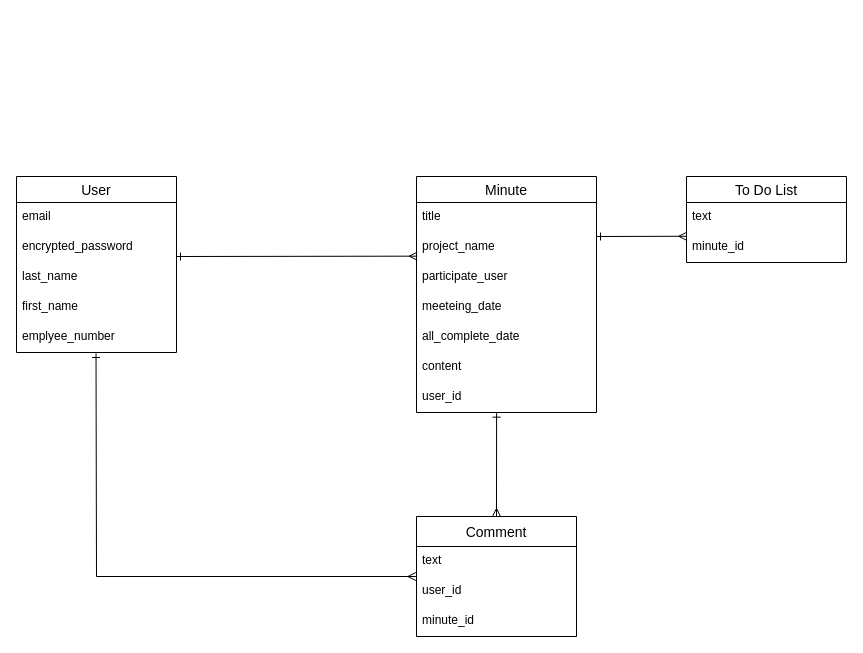
Above: test.dio in Yurika-1016/minutes-app-33991 (draw.io), before the change. Source tidied: cells renumbered, new cells numbered last; positions are measured from the earlier drawing's top-left corner, leaving out a move shared by most shapes. Both pictures are drawn from the tidied source at 100%, with x=0, y=0 at pixel (16, 176).
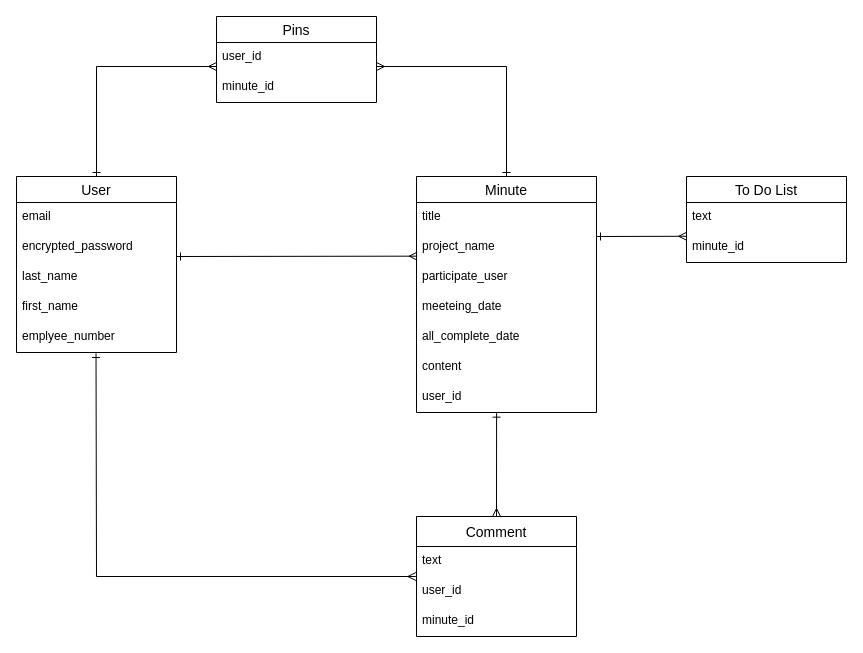
The same page after the edit.

The change refers to these unchanged cells:
```xml
<mxCell id="2" value="User" style="swimlane;fontStyle=0;horizontal=1;startSize=26;align=center;fontSize=14;" parent="1" vertex="1">
  <mxGeometry width="160" height="176" as="geometry" />
</mxCell>
<mxCell id="8" value="Minute" style="swimlane;fontStyle=0;horizontal=1;startSize=26;align=center;fontSize=14;" parent="1" vertex="1">
  <mxGeometry x="400" width="180" height="236" as="geometry" />
</mxCell>
```

Diff of the diagram source:
```diff
@@
+    <mxCell id="27" value="Pins" style="swimlane;fontStyle=0;horizontal=1;startSize=26;align=center;fontSize=14;" parent="1" vertex="1">
+      <mxGeometry x="200" y="-160" width="160" height="86" as="geometry" />
+    </mxCell>
+    <mxCell id="28" value="user_id" style="text;strokeColor=none;fillColor=none;spacingLeft=4;spacingRight=4;overflow=hidden;fontSize=12;" parent="27" vertex="1">
+      <mxGeometry y="26" width="160" height="30" as="geometry" />
+    </mxCell>
+    <mxCell id="29" value="minute_id" style="text;strokeColor=none;fillColor=none;spacingLeft=4;spacingRight=4;overflow=hidden;fontSize=12;" parent="27" vertex="1">
+      <mxGeometry y="56" width="160" height="30" as="geometry" />
+    </mxCell>
+    <mxCell id="30" style="endArrow=ERmany;html=1;rounded=0;exitX=0.5;exitY=0;exitDx=0;exitDy=0;startArrow=ERone;startFill=0;endFill=0;" parent="1" edge="1" source="2">
+      <mxGeometry relative="1" as="geometry">
+        <mxPoint x="200" y="-110" as="targetPoint" />
+        <Array as="points">
+          <mxPoint x="80" y="-110" />
+        </Array>
+      </mxGeometry>
+    </mxCell>
+    <mxCell id="31" style="endArrow=ERone;html=1;rounded=0;entryX=0.5;entryY=0;entryDx=0;entryDy=0;startArrow=ERmany;startFill=0;endFill=0;" parent="1" edge="1" target="8">
+      <mxGeometry relative="1" as="geometry">
+        <mxPoint x="360" y="-110" as="sourcePoint" />
+        <Array as="points">
+          <mxPoint x="490" y="-110" />
+        </Array>
+      </mxGeometry>
+    </mxCell>
```
